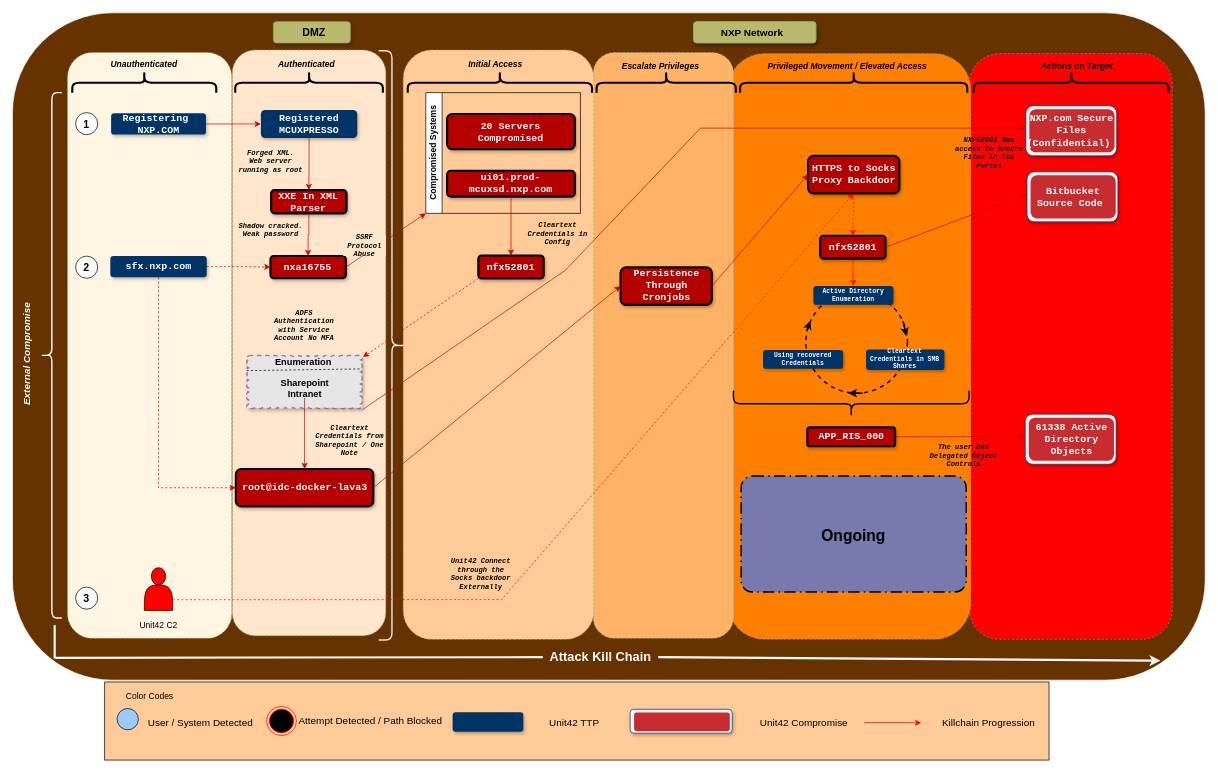
thodorian/test keeps this draw.io diagram as nxp.drawio. Above is the earlier version. Source tidied: cells renumbered, new cells numbered last; positions are measured from the earlier drawing's top-left corner, leaving out a move shared by most shapes. Both pictures are drawn from the tidied source at 71%, with x=0, y=0 at pixel (-31, -32).
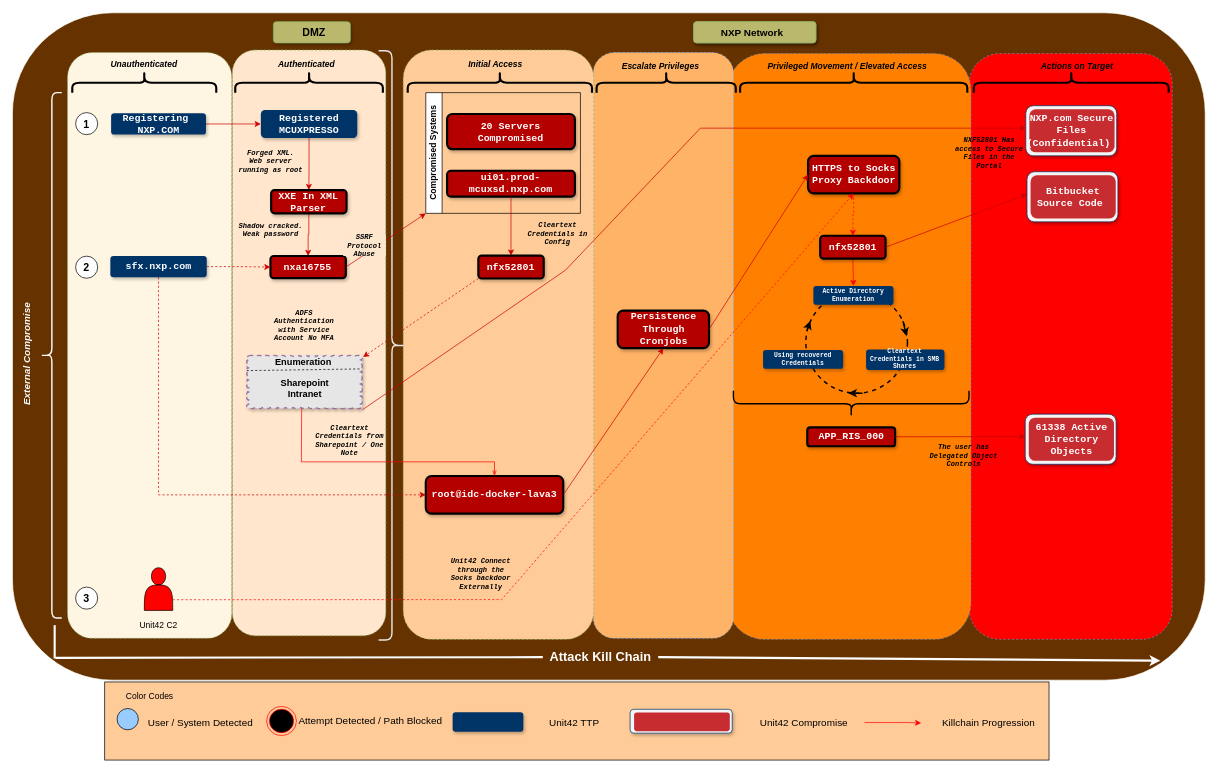
After the change.

The change refers to these unchanged cells:
```xml
<mxCell id="37" style="whiteSpace=wrap;html=1;shape=mxgraph.basic.cloud_rect;shadow=1;dashed=1;strokeWidth=2;fontSize=11;align=left;labelBackgroundColor=#ffffff;fillStyle=auto;fillColor=#E6E6E6;strokeColor=#9673a6;" parent="36" vertex="1">
  <mxGeometry x="0.9" width="163.1" height="75" as="geometry" />
</mxCell>
<mxCell id="40" value="Sharepoint Intranet" style="text;html=1;strokeColor=none;fillColor=none;align=center;verticalAlign=middle;whiteSpace=wrap;rounded=0;fontSize=13;fontStyle=1;" parent="36" vertex="1">
  <mxGeometry x="52.5" y="32.1" width="60" height="28.1" as="geometry" />
</mxCell>
```

What changed in the source:
```diff
@@
-    <mxCell id="45" value="Ongoing" style="rounded=1;arcSize=10;dashed=1;gradientColor=none;dashPattern=8 3 1 3;strokeWidth=2;sketch=0;glass=0;shadow=0;fillColor=#767AAD;fontSize=22;fontStyle=1;" parent="1" vertex="1">
-      <mxGeometry x="1087.3" y="715" width="317.1" height="163.3" as="geometry" />
-    </mxCell>
@@
     <mxCell id="92" value="&lt;p style=&quot;margin: 0in;&quot;&gt;&lt;font face=&quot;Courier New&quot; style=&quot;&quot; color=&quot;#ffffff&quot;&gt;&lt;span style=&quot;font-size: 14px;&quot;&gt;root@&lt;/span&gt;&lt;/font&gt;&lt;span style=&quot;background-color: initial; font-size: 14px;&quot;&gt;&lt;font color=&quot;#ffffff&quot;&gt;idc-docker-lava3&lt;/font&gt;&lt;/span&gt;&lt;/p&gt;" style="rounded=1;whiteSpace=wrap;html=1;glass=0;shadow=1;strokeWidth=3;perimeterSpacing=0;fontFamily=Courier New;fontSize=10;fontStyle=1;fillColor=#B50000;align=center;" parent="1" vertex="1">
-      <mxGeometry x="375.7" y="705" width="193.6" height="52.9" as="geometry" />
+      <mxGeometry x="643.2" y="715" width="193.6" height="52.9" as="geometry" />
     </mxCell>
-    <mxCell id="93" style="edgeStyle=orthogonalEdgeStyle;rounded=0;jettySize=auto;html=1;entryX=0.5;entryY=0;entryDx=0;entryDy=0;strokeColor=#CC0000;" parent="1" edge="1" source="40" target="92">
-      <mxGeometry relative="1" as="geometry" />
-    </mxCell>
     <mxCell id="94" value="&lt;p style=&quot;margin: 0in;&quot;&gt;&lt;font color=&quot;#ffffff&quot;&gt;&lt;span style=&quot;font-size: 14px;&quot;&gt;Persistence Through Cronjobs&lt;/span&gt;&lt;/font&gt;&lt;/p&gt;" style="rounded=1;whiteSpace=wrap;html=1;glass=0;shadow=1;strokeWidth=3;perimeterSpacing=0;fontFamily=Courier New;fontSize=10;fontStyle=1;fillColor=#B50000;align=center;" parent="1" vertex="1">
-      <mxGeometry x="917.5" y="421" width="128.6" height="52.9" as="geometry" />
+      <mxGeometry x="913.5" y="482" width="128.6" height="52.9" as="geometry" />
     </mxCell>
-    <mxCell id="95" style="endArrow=classic;html=1;rounded=0;entryX=0;entryY=0.5;entryDx=0;entryDy=0;strokeColor=#CC0000;exitX=1;exitY=0.5;exitDx=0;exitDy=0;" parent="1" edge="1" source="92" target="94">
+    <mxCell id="95" style="endArrow=classic;html=1;rounded=0;entryX=0.5;entryY=1;entryDx=0;entryDy=0;strokeColor=#CC0000;exitX=1;exitY=0.5;exitDx=0;exitDy=0;" parent="1" edge="1" source="92" target="94">
       <mxGeometry relative="1" as="geometry" />
     </mxCell>
@@
+    <mxCell id="120" style="endArrow=none;html=1;rounded=0;entryX=0.475;entryY=0.997;entryDx=0;entryDy=0;entryPerimeter=0;exitX=0.5;exitY=0;exitDx=0;exitDy=0;strokeColor=#FF0000;startArrow=openThin;startFill=0;" parent="1" edge="1" source="92" target="37">
+      <mxGeometry relative="1" as="geometry">
+        <Array as="points">
+          <mxPoint x="740" y="695" />
+          <mxPoint x="468" y="695" />
+        </Array>
+      </mxGeometry>
+    </mxCell>
```
